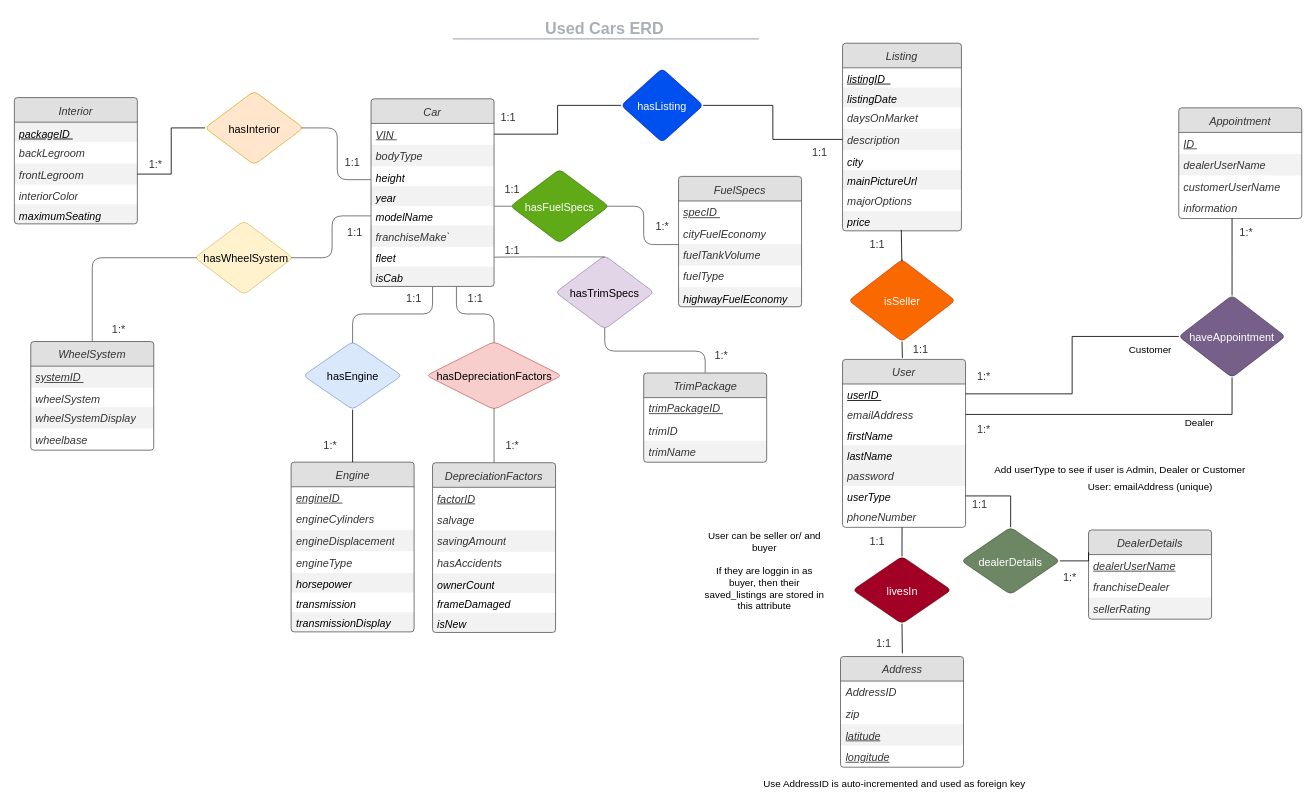
The draw.io diagram ERD/ERD1.drawio in abmfocus4/UsedCars-db, before the edit. Source tidied: cells renumbered, new cells numbered last; positions are measured from the earlier drawing's top-left corner, leaving out a move shared by most shapes. Both pictures are drawn from the tidied source at 82%, with x=0, y=0 at pixel (14, 14).
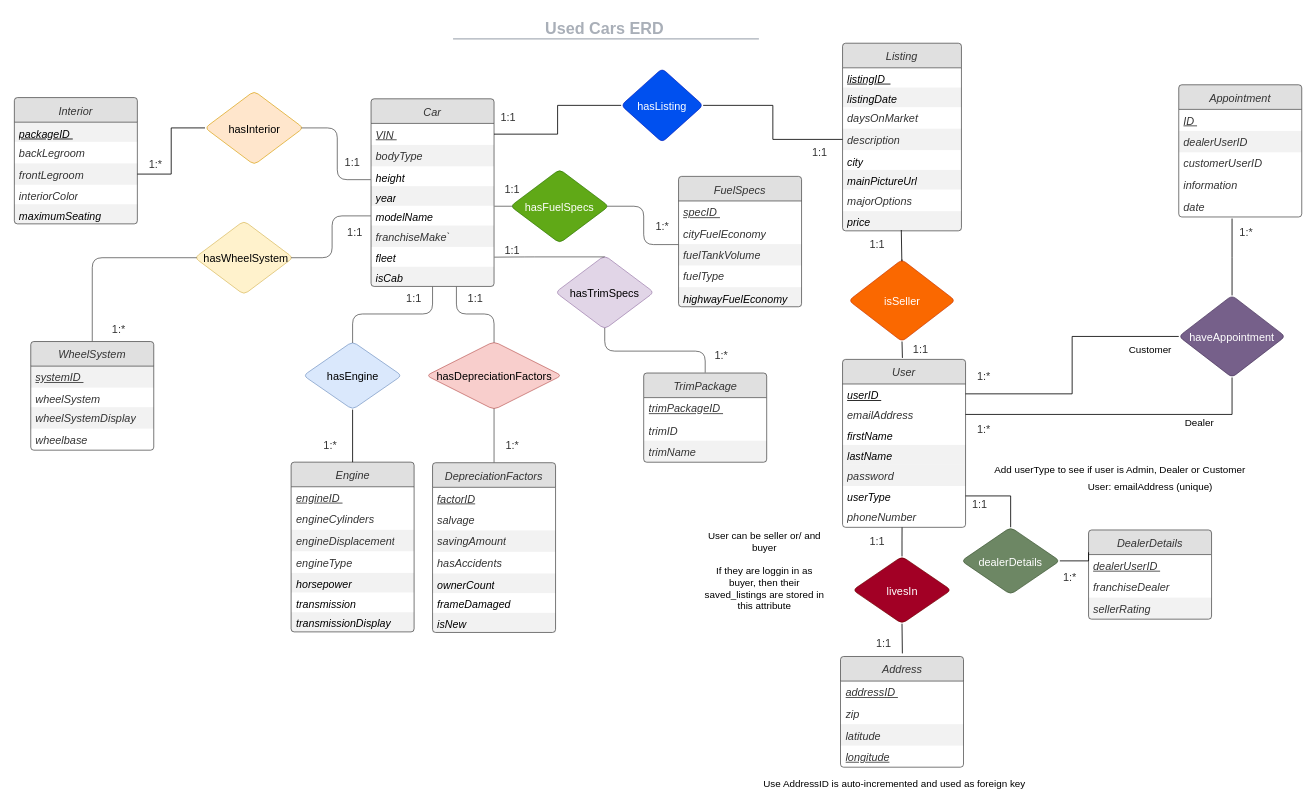
After the change.

Unchanged cells that the change refers to:
```xml
<mxCell id="61" value="Address" style="html=1;overflow=block;blockSpacing=1;whiteSpace=wrap;swimlane;horizontal=1;fontStyle=0;swimlaneFillColor=#ffffff;startSize=30;whiteSpace=wrap;fontSize=13.3;fontColor=#333333;fontStyle=2;align=center;spacingLeft=8.4;spacingRight=8.4;spacingTop=2.4;whiteSpace=wrap;fontFamily=Helvetica;spacing=3.6;strokeColor=#333333;strokeOpacity=100;fillOpacity=100;rounded=1;absoluteArcSize=1;arcSize=7.5;fillColor=#ffffff;strokeWidth=0.8;fillColor=#e0e0e0;" parent="1" vertex="1">
  <mxGeometry x="1007.5" y="783.1" width="150" height="135" as="geometry" />
</mxCell>
<mxCell id="122" value="DealerDetails" style="html=1;overflow=block;blockSpacing=1;whiteSpace=wrap;swimlane;horizontal=1;fontStyle=0;swimlaneFillColor=#ffffff;startSize=30;whiteSpace=wrap;fontSize=13.3;fontColor=#333333;fontStyle=2;align=center;spacingLeft=8.4;spacingRight=8.4;spacingTop=2.4;whiteSpace=wrap;fontFamily=Helvetica;spacing=3.6;strokeColor=#333333;strokeOpacity=100;fillOpacity=100;rounded=1;absoluteArcSize=1;arcSize=7.5;fillColor=#ffffff;strokeWidth=0.8;fillColor=#e0e0e0;" parent="1" vertex="1">
  <mxGeometry x="1310" y="628.8" width="150" height="108.8" as="geometry" />
</mxCell>
```

Change to the diagram source:
```diff
@@
-    <mxCell id="62" value="AddressID&amp;nbsp;" style="strokeColor=none;align=left;verticalAlign=top;spacingLeft=4;spacingRight=4;overflow=hidden;html=1;whiteSpace=wrap;swimlaneFillColor=#ffffff;fontSize=13.3;fontColor=#333333;fontStyle=2;fillColor=none;strokeOpacity=100;fillOpacity=100;" parent="61" vertex="1">
+    <mxCell id="62" value="&lt;u&gt;addressID&amp;nbsp;&lt;/u&gt;" style="strokeColor=none;align=left;verticalAlign=top;spacingLeft=4;spacingRight=4;overflow=hidden;html=1;whiteSpace=wrap;swimlaneFillColor=#ffffff;fontSize=13.3;fontColor=#333333;fontStyle=2;fillColor=none;strokeOpacity=100;fillOpacity=100;" parent="61" vertex="1">
       <mxGeometry y="30" width="150" height="26.2" as="geometry" />
     </mxCell>
@@
-    <mxCell id="64" value="&lt;u&gt;latitude&lt;/u&gt;" style="strokeColor=none;align=left;verticalAlign=top;spacingLeft=4;spacingRight=4;overflow=hidden;html=1;whiteSpace=wrap;swimlaneFillColor=#ffffff;fontSize=13.3;fontColor=#333333;fontStyle=2;fillColor=#000000;opacity=5;" parent="61" vertex="1">
+    <mxCell id="64" value="latitude" style="strokeColor=none;align=left;verticalAlign=top;spacingLeft=4;spacingRight=4;overflow=hidden;html=1;whiteSpace=wrap;swimlaneFillColor=#ffffff;fontSize=13.3;fontColor=#333333;fontStyle=2;fillColor=#000000;opacity=5;" parent="61" vertex="1">
       <mxGeometry y="82.5" width="150" height="26.2" as="geometry" />
     </mxCell>
-    <mxCell id="65" value="&lt;u&gt;longitude&lt;/u&gt;" style="strokeColor=none;align=left;verticalAlign=top;spacingLeft=4;spacingRight=4;overflow=hidden;html=1;whiteSpace=wrap;swimlaneFillColor=#ffffff;fontSize=13.3;fontColor=#333333;fontStyle=2;fillColor=none;strokeOpacity=100;fillOpacity=100;" parent="61" vertex="1">
+    <mxCell id="65" value="&lt;span&gt;longitude&lt;/span&gt;" style="strokeColor=none;align=left;verticalAlign=top;spacingLeft=4;spacingRight=4;overflow=hidden;html=1;whiteSpace=wrap;swimlaneFillColor=#ffffff;fontSize=13.3;fontColor=#333333;fontStyle=6;fillColor=none;strokeOpacity=100;fillOpacity=100;" parent="61" vertex="1">
       <mxGeometry y="108.8" width="150" height="26.2" as="geometry" />
     </mxCell>
@@
-    <mxCell id="123" value="&lt;u&gt;dealerUserName&lt;/u&gt;" style="strokeColor=none;align=left;verticalAlign=top;spacingLeft=4;spacingRight=4;overflow=hidden;html=1;whiteSpace=wrap;swimlaneFillColor=#ffffff;fontSize=13.3;fontColor=#333333;fontStyle=2;fillColor=none;strokeOpacity=100;fillOpacity=100;" parent="122" vertex="1">
+    <mxCell id="123" value="&lt;u&gt;dealerUserID&amp;nbsp;&lt;/u&gt;" style="strokeColor=none;align=left;verticalAlign=top;spacingLeft=4;spacingRight=4;overflow=hidden;html=1;whiteSpace=wrap;swimlaneFillColor=#ffffff;fontSize=13.3;fontColor=#333333;fontStyle=2;fillColor=none;strokeOpacity=100;fillOpacity=100;" parent="122" vertex="1">
       <mxGeometry y="30" width="150" height="26.2" as="geometry" />
     </mxCell>
@@
     <mxCell id="130" value="Appointment" style="html=1;overflow=block;blockSpacing=1;whiteSpace=wrap;swimlane;horizontal=1;fontStyle=0;swimlaneFillColor=#ffffff;startSize=30;whiteSpace=wrap;fontSize=13.3;fontColor=#333333;fontStyle=2;align=center;spacingLeft=8.4;spacingRight=8.4;spacingTop=2.4;whiteSpace=wrap;fontFamily=Helvetica;spacing=3.6;strokeColor=#333333;strokeOpacity=100;fillOpacity=100;rounded=1;absoluteArcSize=1;arcSize=7.5;fillColor=#ffffff;strokeWidth=0.8;fillColor=#e0e0e0;" parent="1" vertex="1">
-      <mxGeometry x="1420" y="114" width="150" height="135" as="geometry" />
+      <mxGeometry x="1420" y="85.9" width="150" height="161.2" as="geometry" />
     </mxCell>
@@
-    <mxCell id="132" value="dealerUserName" style="strokeColor=none;align=left;verticalAlign=top;spacingLeft=4;spacingRight=4;overflow=hidden;html=1;whiteSpace=wrap;swimlaneFillColor=#ffffff;fontSize=13.3;fontColor=#333333;fontStyle=2;fillColor=#000000;opacity=5;" parent="130" vertex="1">
+    <mxCell id="132" value="dealerUserID" style="strokeColor=none;align=left;verticalAlign=top;spacingLeft=4;spacingRight=4;overflow=hidden;html=1;whiteSpace=wrap;swimlaneFillColor=#ffffff;fontSize=13.3;fontColor=#333333;fontStyle=2;fillColor=#000000;opacity=5;" parent="130" vertex="1">
       <mxGeometry y="56.2" width="150" height="26.2" as="geometry" />
     </mxCell>
-    <mxCell id="133" value="customerUserName&amp;nbsp;" style="strokeColor=none;align=left;verticalAlign=top;spacingLeft=4;spacingRight=4;overflow=hidden;html=1;whiteSpace=wrap;swimlaneFillColor=#ffffff;fontSize=13.3;fontColor=#333333;fontStyle=2;fillColor=none;strokeOpacity=100;fillOpacity=100;" parent="130" vertex="1">
+    <mxCell id="133" value="customerUserID&amp;nbsp;" style="strokeColor=none;align=left;verticalAlign=top;spacingLeft=4;spacingRight=4;overflow=hidden;html=1;whiteSpace=wrap;swimlaneFillColor=#ffffff;fontSize=13.3;fontColor=#333333;fontStyle=2;fillColor=none;strokeOpacity=100;fillOpacity=100;" parent="130" vertex="1">
       <mxGeometry y="82.5" width="150" height="26.2" as="geometry" />
     </mxCell>
@@
+    <mxCell id="147" value="date" style="strokeColor=none;align=left;verticalAlign=top;spacingLeft=4;spacingRight=4;overflow=hidden;html=1;whiteSpace=wrap;swimlaneFillColor=#ffffff;fontSize=13.3;fontColor=#333333;fontStyle=2;fillColor=none;strokeOpacity=100;fillOpacity=100;" parent="130" vertex="1">
+      <mxGeometry y="135" width="150" height="26.2" as="geometry" />
+    </mxCell>
```
